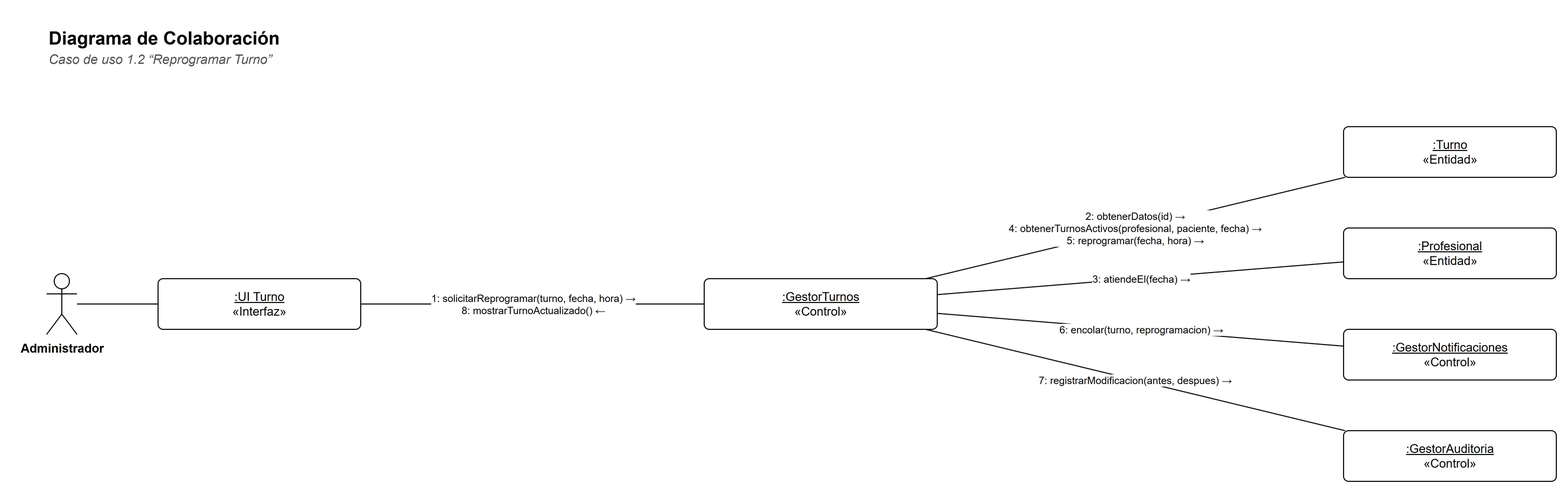
This is docs/diagramas/colaboracion-1-2.png from Matiglorioso/kineturnos, a draw.io export, as it was before one commit. Source tidied: cells renumbered, new cells last; positions are measured from the earlier drawing's top-left corner, leaving out a move shared by most shapes.
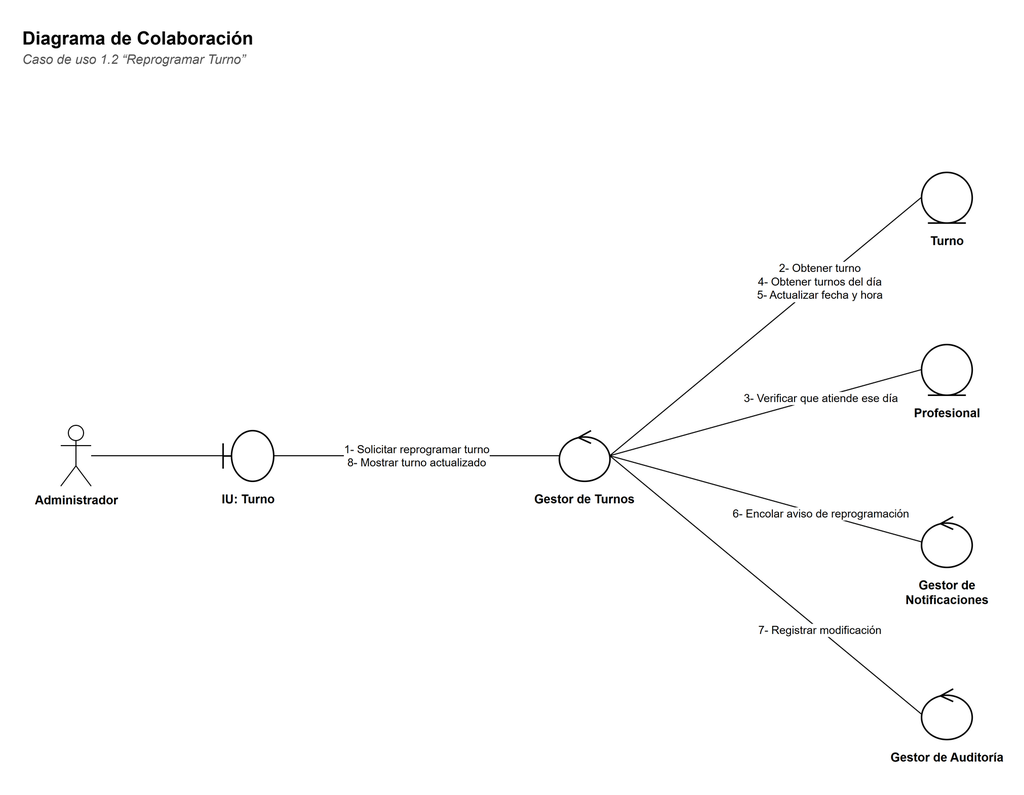
The same file after the commit.

What changed in the source:
```diff
@@ -9,43 +9,61 @@
       <mxGeometry y="24" width="900" height="20" as="geometry" />
     </mxCell>
     <mxCell id="4" value="Administrador" style="shape=umlActor;verticalLabelPosition=bottom;verticalAlign=top;html=1;outlineConnect=0;fillColor=#FFFFFF;strokeColor=#000000;fontFamily=Helvetica;fontSize=12;fontStyle=1;" parent="1" vertex="1">
-      <mxGeometry y="250" width="30" height="60" as="geometry" />
+      <mxGeometry x="40" y="400" width="30" height="60" as="geometry" />
     </mxCell>
-    <mxCell id="5" value="&lt;u&gt;:UI Turno&lt;/u&gt;&lt;br&gt;«Interfaz»" style="rounded=0;whiteSpace=wrap;html=1;fillColor=#FFFFFF;strokeColor=#000000;fontFamily=Helvetica;fontSize=12;rounded=1;arcSize=10;" parent="1" vertex="1">
-      <mxGeometry x="110" y="255" width="200" height="50" as="geometry" />
+    <mxCell id="5" style="shape=umlBoundary;html=1;fillColor=#FFFFFF;strokeColor=#000000;strokeWidth=1.5;" parent="1" vertex="1">
+      <mxGeometry x="200" y="405" width="50" height="50" as="geometry" />
     </mxCell>
-    <mxCell id="6" value="&lt;u&gt;:GestorTurnos&lt;/u&gt;&lt;br&gt;«Control»" style="rounded=0;whiteSpace=wrap;html=1;fillColor=#FFFFFF;strokeColor=#000000;fontFamily=Helvetica;fontSize=12;rounded=1;arcSize=10;" parent="1" vertex="1">
-      <mxGeometry x="649" y="255" width="230" height="50" as="geometry" />
+    <mxCell id="6" value="&lt;b&gt;IU: Turno&lt;/b&gt;" style="text;html=1;strokeColor=none;fillColor=none;align=left;verticalAlign=top;whiteSpace=wrap;fontFamily=Helvetica;align=center;fontSize=12;" parent="1" vertex="1">
+      <mxGeometry x="160" y="459" width="130" height="40" as="geometry" />
     </mxCell>
-    <mxCell id="7" value="&lt;u&gt;:Turno&lt;/u&gt;&lt;br&gt;«Entidad»" style="rounded=0;whiteSpace=wrap;html=1;fillColor=#FFFFFF;strokeColor=#000000;fontFamily=Helvetica;fontSize=12;rounded=1;arcSize=10;" parent="1" vertex="1">
-      <mxGeometry x="1280" y="105" width="210" height="50" as="geometry" />
+    <mxCell id="7" style="shape=umlControl;html=1;fillColor=#FFFFFF;strokeColor=#000000;strokeWidth=1.5;" parent="1" vertex="1">
+      <mxGeometry x="532" y="405" width="50" height="50" as="geometry" />
     </mxCell>
-    <mxCell id="8" value="&lt;u&gt;:Profesional&lt;/u&gt;&lt;br&gt;«Entidad»" style="rounded=0;whiteSpace=wrap;html=1;fillColor=#FFFFFF;strokeColor=#000000;fontFamily=Helvetica;fontSize=12;rounded=1;arcSize=10;" parent="1" vertex="1">
-      <mxGeometry x="1280" y="205" width="210" height="50" as="geometry" />
+    <mxCell id="8" value="&lt;b&gt;Gestor de Turnos&lt;/b&gt;" style="text;html=1;strokeColor=none;fillColor=none;align=left;verticalAlign=top;whiteSpace=wrap;fontFamily=Helvetica;align=center;fontSize=12;" parent="1" vertex="1">
+      <mxGeometry x="492" y="459" width="130" height="40" as="geometry" />
     </mxCell>
-    <mxCell id="9" value="&lt;u&gt;:GestorNotificaciones&lt;/u&gt;&lt;br&gt;«Control»" style="rounded=0;whiteSpace=wrap;html=1;fillColor=#FFFFFF;strokeColor=#000000;fontFamily=Helvetica;fontSize=12;rounded=1;arcSize=10;" parent="1" vertex="1">
-      <mxGeometry x="1280" y="305" width="210" height="50" as="geometry" />
+    <mxCell id="9" style="shape=umlEntity;html=1;fillColor=#FFFFFF;strokeColor=#000000;strokeWidth=1.5;" parent="1" vertex="1">
+      <mxGeometry x="889.6" y="150" width="50" height="50" as="geometry" />
     </mxCell>
-    <mxCell id="10" value="&lt;u&gt;:GestorAuditoria&lt;/u&gt;&lt;br&gt;«Control»" style="rounded=0;whiteSpace=wrap;html=1;fillColor=#FFFFFF;strokeColor=#000000;fontFamily=Helvetica;fontSize=12;rounded=1;arcSize=10;" parent="1" vertex="1">
-      <mxGeometry x="1280" y="405" width="210" height="50" as="geometry" />
+    <mxCell id="10" value="&lt;b&gt;Turno&lt;/b&gt;" style="text;html=1;strokeColor=none;fillColor=none;align=left;verticalAlign=top;whiteSpace=wrap;fontFamily=Helvetica;align=center;fontSize=12;" parent="1" vertex="1">
+      <mxGeometry x="849.6" y="204" width="130" height="40" as="geometry" />
     </mxCell>
-    <mxCell id="11" style="edgeStyle=none;html=1;endArrow=none;endFill=0;strokeColor=#000000;fontFamily=Helvetica;fontSize=11;labelBackgroundColor=#FFFFFF;" parent="1" edge="1" source="4" target="5">
-      <mxGeometry relative="1" as="geometry" />
+    <mxCell id="11" style="shape=umlEntity;html=1;fillColor=#FFFFFF;strokeColor=#000000;strokeWidth=1.5;" parent="1" vertex="1">
+      <mxGeometry x="889.6" y="320" width="50" height="50" as="geometry" />
     </mxCell>
-    <mxCell id="12" value="1: solicitarReprogramar(turno, fecha, hora) →&lt;br&gt;8: mostrarTurnoActualizado() ←" style="edgeStyle=none;html=1;endArrow=none;endFill=0;strokeColor=#000000;fontFamily=Helvetica;fontSize=11;labelBackgroundColor=#FFFFFF;fontSize=10;" parent="1" edge="1" source="6" target="5">
-      <mxGeometry relative="1" as="geometry" />
+    <mxCell id="12" value="&lt;b&gt;Profesional&lt;/b&gt;" style="text;html=1;strokeColor=none;fillColor=none;align=left;verticalAlign=top;whiteSpace=wrap;fontFamily=Helvetica;align=center;fontSize=12;" parent="1" vertex="1">
+      <mxGeometry x="849.6" y="374" width="130" height="40" as="geometry" />
     </mxCell>
-    <mxCell id="13" value="2: obtenerDatos(id) →&lt;br&gt;4: obtenerTurnosActivos(profesional, paciente, fecha) →&lt;br&gt;5: reprogramar(fecha, hora) →" style="edgeStyle=none;html=1;endArrow=none;endFill=0;strokeColor=#000000;fontFamily=Helvetica;fontSize=11;labelBackgroundColor=#FFFFFF;fontSize=10;" parent="1" edge="1" source="7" target="6">
-      <mxGeometry relative="1" as="geometry" />
+    <mxCell id="13" style="shape=umlControl;html=1;fillColor=#FFFFFF;strokeColor=#000000;strokeWidth=1.5;" parent="1" vertex="1">
+      <mxGeometry x="889.6" y="490" width="50" height="50" as="geometry" />
     </mxCell>
-    <mxCell id="14" value="3: atiendeEl(fecha) →" style="edgeStyle=none;html=1;endArrow=none;endFill=0;strokeColor=#000000;fontFamily=Helvetica;fontSize=11;labelBackgroundColor=#FFFFFF;fontSize=10;" parent="1" edge="1" source="8" target="6">
-      <mxGeometry relative="1" as="geometry" />
+    <mxCell id="14" value="&lt;b&gt;Gestor de Notificaciones&lt;/b&gt;" style="text;html=1;strokeColor=none;fillColor=none;align=left;verticalAlign=top;whiteSpace=wrap;fontFamily=Helvetica;align=center;fontSize=12;" parent="1" vertex="1">
+      <mxGeometry x="849.6" y="544" width="130" height="40" as="geometry" />
     </mxCell>
-    <mxCell id="15" value="6: encolar(turno, reprogramacion) →" style="edgeStyle=none;html=1;endArrow=none;endFill=0;strokeColor=#000000;fontFamily=Helvetica;fontSize=11;labelBackgroundColor=#FFFFFF;fontSize=10;" parent="1" edge="1" source="9" target="6">
-      <mxGeometry relative="1" as="geometry" />
+    <mxCell id="15" style="shape=umlControl;html=1;fillColor=#FFFFFF;strokeColor=#000000;strokeWidth=1.5;" parent="1" vertex="1">
+      <mxGeometry x="889.6" y="660" width="50" height="50" as="geometry" />
     </mxCell>
-    <mxCell id="16" value="7: registrarModificacion(antes, despues) →" style="edgeStyle=none;html=1;endArrow=none;endFill=0;strokeColor=#000000;fontFamily=Helvetica;fontSize=11;labelBackgroundColor=#FFFFFF;fontSize=10;" parent="1" edge="1" source="10" target="6">
-      <mxGeometry relative="1" as="geometry" />
+    <mxCell id="16" value="&lt;b&gt;Gestor de Auditoría&lt;/b&gt;" style="text;html=1;strokeColor=none;fillColor=none;align=left;verticalAlign=top;whiteSpace=wrap;fontFamily=Helvetica;align=center;fontSize=12;" parent="1" vertex="1">
+      <mxGeometry x="849.6" y="714" width="130" height="40" as="geometry" />
     </mxCell>
+    <mxCell id="17" style="edgeStyle=none;html=1;endArrow=none;endFill=0;strokeColor=#000000;fontFamily=Helvetica;fontSize=11;labelBackgroundColor=#FFFFFF;" parent="1" edge="1" source="4" target="5">
+      <mxGeometry relative="1" as="geometry" />
+    </mxCell>
+    <mxCell id="18" value="1- Solicitar reprogramar turno&lt;br&gt;8- Mostrar turno actualizado" style="edgeStyle=none;html=1;endArrow=none;endFill=0;strokeColor=#000000;fontFamily=Helvetica;fontSize=11;labelBackgroundColor=#FFFFFF;fontSize=11;exitX=1;exitY=0.5;exitDx=0;exitDy=0;entryX=0;entryY=0.5;entryDx=0;entryDy=0;" parent="1" edge="1" source="5" target="7">
+      <mxGeometry relative="1" as="geometry" />
+    </mxCell>
+    <mxCell id="19" value="2- Obtener turno&lt;br&gt;4- Obtener turnos del día&lt;br&gt;5- Actualizar fecha y hora" style="edgeStyle=none;html=1;endArrow=none;endFill=0;strokeColor=#000000;fontFamily=Helvetica;fontSize=11;labelBackgroundColor=#FFFFFF;fontSize=11;exitX=1;exitY=0.5;exitDx=0;exitDy=0;entryX=0;entryY=0.5;entryDx=0;entryDy=0;" parent="1" edge="1" source="7" target="9">
+      <mxGeometry x="0.35" relative="1" as="geometry" />
+    </mxCell>
+    <mxCell id="20" value="3- Verificar que atiende ese día" style="edgeStyle=none;html=1;endArrow=none;endFill=0;strokeColor=#000000;fontFamily=Helvetica;fontSize=11;labelBackgroundColor=#FFFFFF;fontSize=11;exitX=1;exitY=0.5;exitDx=0;exitDy=0;entryX=0;entryY=0.5;entryDx=0;entryDy=0;" parent="1" edge="1" source="7" target="11">
+      <mxGeometry x="0.35" relative="1" as="geometry" />
+    </mxCell>
+    <mxCell id="21" value="6- Encolar aviso de reprogramación" style="edgeStyle=none;html=1;endArrow=none;endFill=0;strokeColor=#000000;fontFamily=Helvetica;fontSize=11;labelBackgroundColor=#FFFFFF;fontSize=11;exitX=1;exitY=0.5;exitDx=0;exitDy=0;entryX=0;entryY=0.5;entryDx=0;entryDy=0;" parent="1" edge="1" source="7" target="13">
+      <mxGeometry x="0.35" relative="1" as="geometry" />
+    </mxCell>
+    <mxCell id="22" value="7- Registrar modificación" style="edgeStyle=none;html=1;endArrow=none;endFill=0;strokeColor=#000000;fontFamily=Helvetica;fontSize=11;labelBackgroundColor=#FFFFFF;fontSize=11;exitX=1;exitY=0.5;exitDx=0;exitDy=0;entryX=0;entryY=0.5;entryDx=0;entryDy=0;" parent="1" edge="1" source="7" target="15">
+      <mxGeometry x="0.35" relative="1" as="geometry" />
+    </mxCell>
   </root>
 </mxGraphModel>
```
